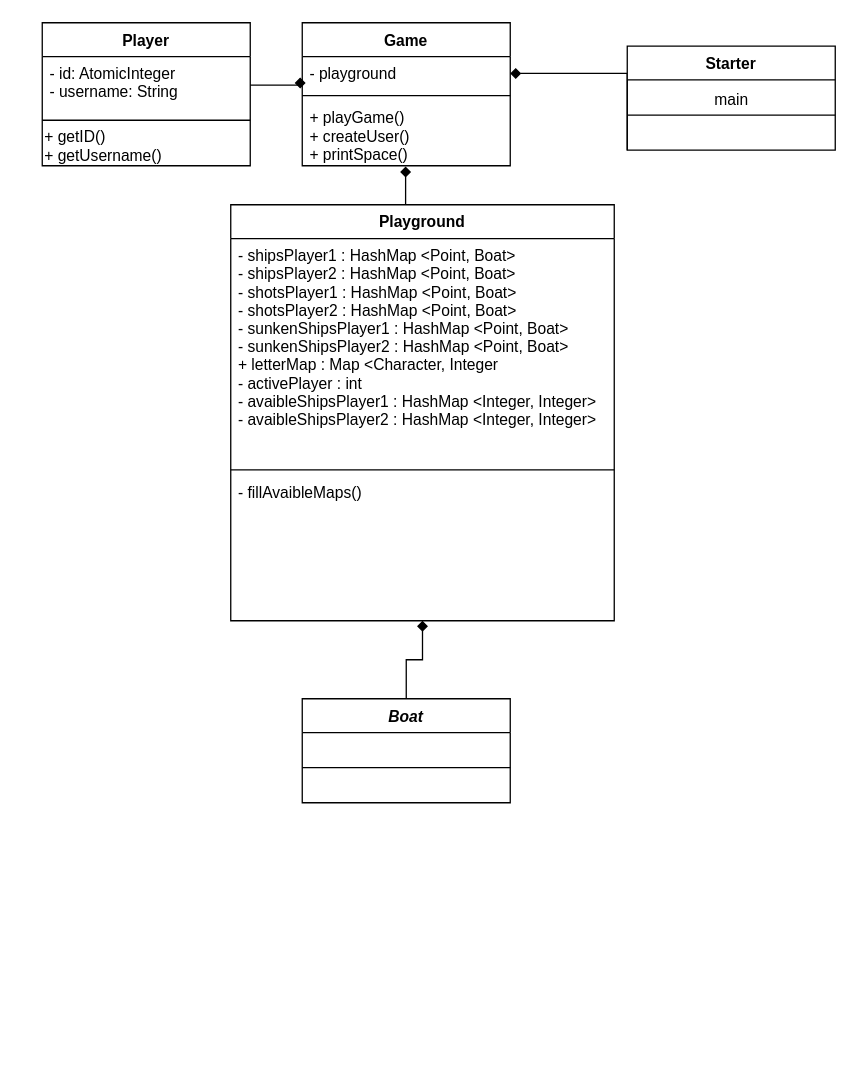
The draw.io diagram Document/UML-Diagram/Klassendiagramm-End.drawio in nikodenTBZ/BattleShip, before the edit. Source tidied: cells renumbered, new cells numbered last; positions are measured from the earlier drawing's top-left corner, leaving out a move shared by most shapes. Both pictures are drawn from the tidied source at 130%, with x=0, y=0 at pixel (42, 22).
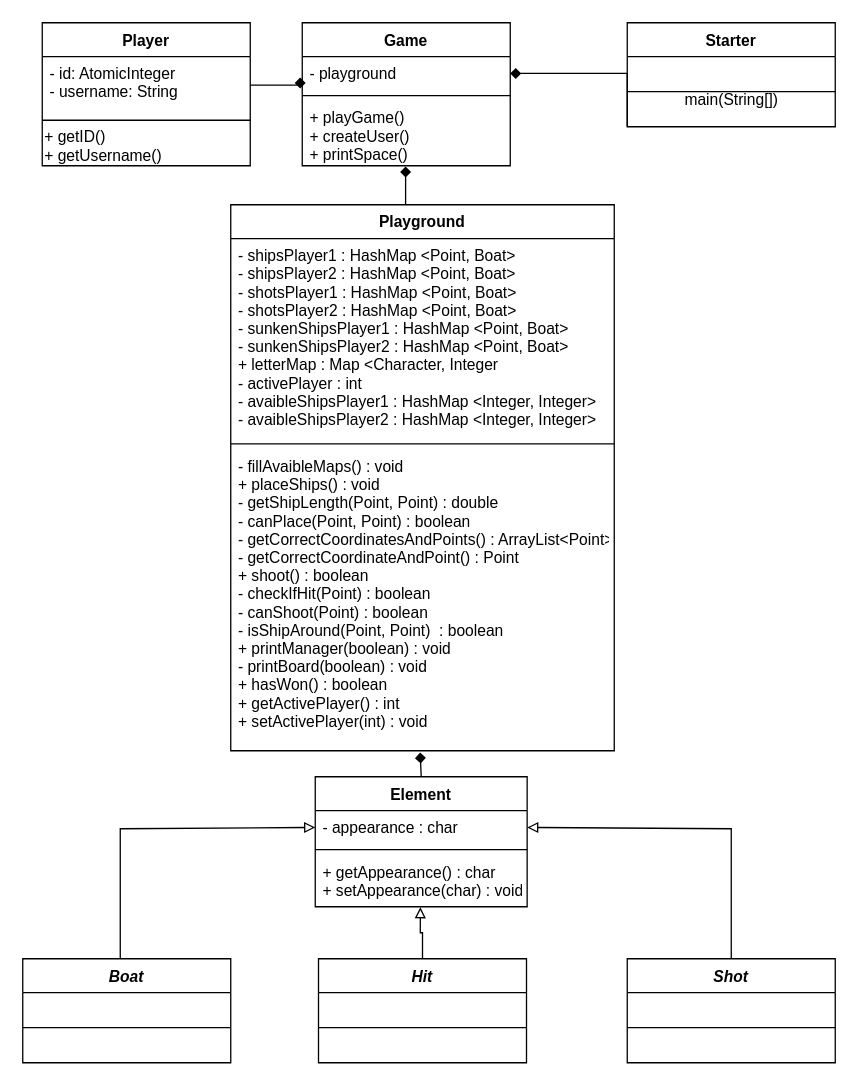
The same page after the edit.

Commit message (it also covers changes not shown here):
Added End ClassDiagram

Diff of the diagram source:
```diff
@@
-    <mxCell id="11" style="edgeStyle=orthogonalEdgeStyle;rounded=0;jettySize=auto;html=1;exitX=0.5;exitY=0;exitDx=0;exitDy=0;entryX=0.5;entryY=1;entryDx=0;entryDy=0;endArrow=diamond;endFill=1;" parent="1" edge="1" source="21" target="16">
-      <mxGeometry relative="1" as="geometry" />
-    </mxCell>
@@
-    <mxCell id="14" value="Starter" style="swimlane;fontStyle=1;align=center;verticalAlign=top;horizontal=1;startSize=26;" parent="1" vertex="1">
-      <mxGeometry x="450" y="18" width="160" height="80" as="geometry" />
-    </mxCell>
-    <mxCell id="15" style="line;strokeWidth=1;fillColor=none;align=left;verticalAlign=middle;spacingTop=-1;spacingLeft=3;spacingRight=3;labelPosition=right;" parent="14" vertex="1">
-      <mxGeometry y="26" width="160" height="54" as="geometry" />
-    </mxCell>
     <mxCell id="16" value="Playground" style="swimlane;fontStyle=1;align=center;verticalAlign=top;horizontal=1;startSize=26;" parent="1" vertex="1">
-      <mxGeometry x="145" y="140" width="295" height="320" as="geometry" />
+      <mxGeometry x="145" y="140" width="295" height="420" as="geometry" />
     </mxCell>
     <mxCell id="17" value="- shipsPlayer1 : HashMap &lt;Point, Boat&gt;&#10;- shipsPlayer2 : HashMap &lt;Point, Boat&gt;&#10;- shotsPlayer1 : HashMap &lt;Point, Boat&gt;&#10;- shotsPlayer2 : HashMap &lt;Point, Boat&gt;&#10;- sunkenShipsPlayer1 : HashMap &lt;Point, Boat&gt;&#10;- sunkenShipsPlayer2 : HashMap &lt;Point, Boat&gt;&#10;+ letterMap : Map &lt;Character, Integer&#10;- activePlayer : int&#10;- avaibleShipsPlayer1 : HashMap &lt;Integer, Integer&gt;&#10;- avaibleShipsPlayer2 : HashMap &lt;Integer, Integer&gt;" style="text;strokeColor=none;fillColor=none;align=left;verticalAlign=top;spacingLeft=4;spacingRight=4;overflow=hidden;" parent="16" vertex="1">
-      <mxGeometry y="26" width="295" height="174" as="geometry" />
+      <mxGeometry y="26" width="295" height="154" as="geometry" />
     </mxCell>
     <mxCell id="18" style="line;strokeWidth=1;fillColor=none;align=left;verticalAlign=middle;spacingTop=-1;spacingLeft=3;spacingRight=3;labelPosition=right;" parent="16" vertex="1">
-      <mxGeometry y="200" width="295" height="8" as="geometry" />
+      <mxGeometry y="180" width="295" height="8" as="geometry" />
     </mxCell>
-    <mxCell id="19" value="- fillAvaibleMaps()" style="text;strokeColor=none;fillColor=none;align=left;verticalAlign=top;spacingLeft=4;spacingRight=4;overflow=hidden;points=[[0,0.5],[1,0.5]];portConstraint=eastwest;" parent="16" vertex="1">
-      <mxGeometry y="208" width="295" height="112" as="geometry" />
+    <mxCell id="19" value="- fillAvaibleMaps() : void&#10;+ placeShips() : void&#10;- getShipLength(Point, Point) : double&#10;- canPlace(Point, Point) : boolean&#10;- getCorrectCoordinatesAndPoints() : ArrayList&lt;Point&gt;&#10;- getCorrectCoordinateAndPoint() : Point&#10;+ shoot() : boolean&#10;- checkIfHit(Point) : boolean&#10;- canShoot(Point) : boolean&#10;- isShipAround(Point, Point)  : boolean&#10;+ printManager(boolean) : void&#10;- printBoard(boolean) : void&#10;+ hasWon() : boolean&#10;+ getActivePlayer() : int&#10;+ setActivePlayer(int) : void&#10;" style="text;strokeColor=none;fillColor=none;align=left;verticalAlign=top;spacingLeft=4;spacingRight=4;overflow=hidden;points=[[0,0.5],[1,0.5]];portConstraint=eastwest;" parent="16" vertex="1">
+      <mxGeometry y="188" width="295" height="232" as="geometry" />
     </mxCell>
-    <mxCell id="20" value="main" style="text;html=1;align=center;verticalAlign=middle;" parent="1" vertex="1">
-      <mxGeometry x="510" y="50" width="40" height="20" as="geometry" />
+    <mxCell id="20" value="main(String[])" style="text;html=1;align=center;verticalAlign=middle;" parent="1" vertex="1">
+      <mxGeometry x="485" y="50" width="90" height="20" as="geometry" />
     </mxCell>
+    <mxCell id="23" style="edgeStyle=orthogonalEdgeStyle;rounded=0;jettySize=auto;html=1;startArrow=none;startFill=0;endArrow=block;endFill=0;entryX=0;entryY=0.5;entryDx=0;entryDy=0;" parent="1" edge="1" source="21" target="32">
+      <mxGeometry relative="1" as="geometry">
+        <Array as="points">
+          <mxPoint x="60" y="620" />
+        </Array>
+      </mxGeometry>
+    </mxCell>
+    <mxCell id="14" value="Starter" style="swimlane;fontStyle=1;align=center;verticalAlign=top;horizontal=1;startSize=26;" parent="1" vertex="1">
+      <mxGeometry x="450" width="160" height="80" as="geometry" />
+    </mxCell>
+    <mxCell id="15" style="line;strokeWidth=1;fillColor=none;align=left;verticalAlign=middle;spacingTop=-1;spacingLeft=3;spacingRight=3;labelPosition=right;" parent="14" vertex="1">
+      <mxGeometry y="26" width="160" height="54" as="geometry" />
+    </mxCell>
     <mxCell id="21" value="Boat" style="swimlane;fontStyle=3;align=center;verticalAlign=top;horizontal=1;startSize=26;" parent="1" vertex="1">
-      <mxGeometry x="200" y="520" width="160" height="80" as="geometry" />
+      <mxGeometry x="-15" y="720" width="160" height="80" as="geometry" />
     </mxCell>
@@
+    <mxCell id="24" style="edgeStyle=orthogonalEdgeStyle;rounded=0;jettySize=auto;html=1;endArrow=block;endFill=0;startArrow=none;startFill=0;entryX=0.496;entryY=1.008;entryDx=0;entryDy=0;entryPerimeter=0;" parent="1" edge="1" source="25" target="34">
+      <mxGeometry relative="1" as="geometry" />
+    </mxCell>
+    <mxCell id="25" value="Hit" style="swimlane;fontStyle=3;align=center;verticalAlign=top;horizontal=1;startSize=26;" parent="1" vertex="1">
+      <mxGeometry x="212.5" y="720" width="160" height="80" as="geometry" />
+    </mxCell>
+    <mxCell id="26" style="line;strokeWidth=1;fillColor=none;align=left;verticalAlign=middle;spacingTop=-1;spacingLeft=3;spacingRight=3;labelPosition=right;" parent="25" vertex="1">
+      <mxGeometry y="26" width="160" height="54" as="geometry" />
+    </mxCell>
+    <mxCell id="27" style="edgeStyle=orthogonalEdgeStyle;rounded=0;jettySize=auto;html=1;startArrow=none;startFill=0;endArrow=block;endFill=0;entryX=1;entryY=0.5;entryDx=0;entryDy=0;" parent="1" edge="1" source="28" target="32">
+      <mxGeometry relative="1" as="geometry">
+        <Array as="points">
+          <mxPoint x="530" y="620" />
+        </Array>
+      </mxGeometry>
+    </mxCell>
+    <mxCell id="28" value="Shot" style="swimlane;fontStyle=3;align=center;verticalAlign=top;horizontal=1;startSize=26;" parent="1" vertex="1">
+      <mxGeometry x="450" y="720" width="160" height="80" as="geometry" />
+    </mxCell>
+    <mxCell id="29" style="line;strokeWidth=1;fillColor=none;align=left;verticalAlign=middle;spacingTop=-1;spacingLeft=3;spacingRight=3;labelPosition=right;" parent="28" vertex="1">
+      <mxGeometry y="26" width="160" height="54" as="geometry" />
+    </mxCell>
+    <mxCell id="30" style="edgeStyle=orthogonalEdgeStyle;rounded=0;jettySize=auto;html=1;exitX=0.5;exitY=0;exitDx=0;exitDy=0;entryX=0.494;entryY=1.006;entryDx=0;entryDy=0;entryPerimeter=0;startArrow=none;startFill=0;endArrow=diamond;endFill=1;" parent="1" edge="1" source="31" target="19">
+      <mxGeometry relative="1" as="geometry" />
+    </mxCell>
+    <mxCell id="31" value="Element" style="swimlane;fontStyle=1;align=center;verticalAlign=top;horizontal=1;startSize=26;" parent="1" vertex="1">
+      <mxGeometry x="210" y="580" width="163" height="100" as="geometry" />
+    </mxCell>
+    <mxCell id="32" value="- appearance : char" style="text;strokeColor=none;fillColor=none;align=left;verticalAlign=top;spacingLeft=4;spacingRight=4;overflow=hidden;points=[[0,0.5],[1,0.5]];portConstraint=eastwest;" parent="31" vertex="1">
+      <mxGeometry y="26" width="163" height="26" as="geometry" />
+    </mxCell>
+    <mxCell id="33" style="line;strokeWidth=1;fillColor=none;align=left;verticalAlign=middle;spacingTop=-1;spacingLeft=3;spacingRight=3;labelPosition=right;" parent="31" vertex="1">
+      <mxGeometry y="52" width="163" height="8" as="geometry" />
+    </mxCell>
+    <mxCell id="34" value="+ getAppearance() : char&#10;+ setAppearance(char) : void" style="text;strokeColor=none;fillColor=none;align=left;verticalAlign=top;spacingLeft=4;spacingRight=4;overflow=hidden;points=[[0,0.5],[1,0.5]];portConstraint=eastwest;" parent="31" vertex="1">
+      <mxGeometry y="60" width="163" height="40" as="geometry" />
+    </mxCell>
```
